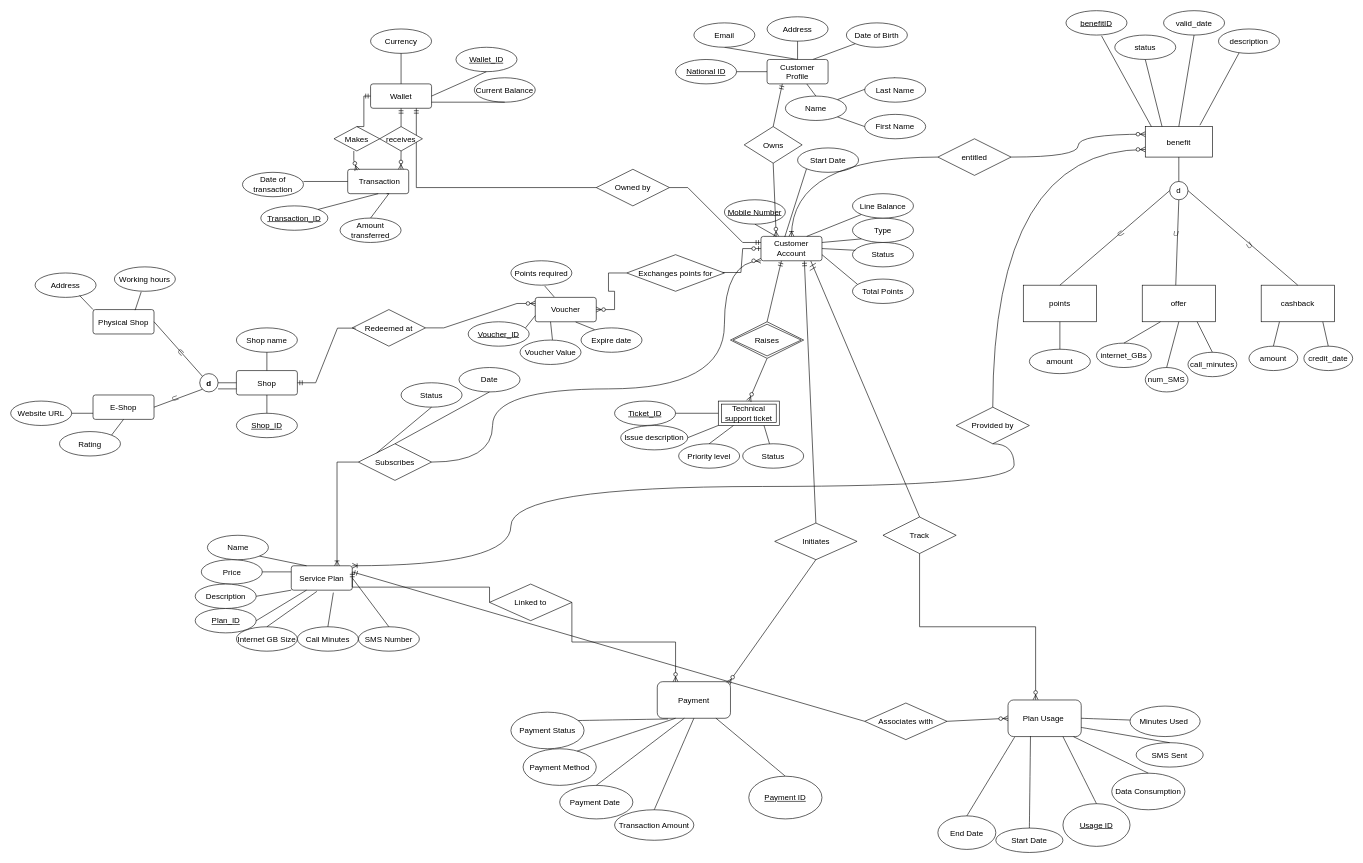
Above: mainERD.drawio in itsfadymate/Customer-Data-Management-System (draw.io), before the change. Source tidied: cells renumbered, new cells numbered last; positions are measured from the earlier drawing's top-left corner, leaving out a move shared by most shapes. Both pictures are drawn from the tidied source at 61%, with x=0, y=0 at pixel (10, 10).
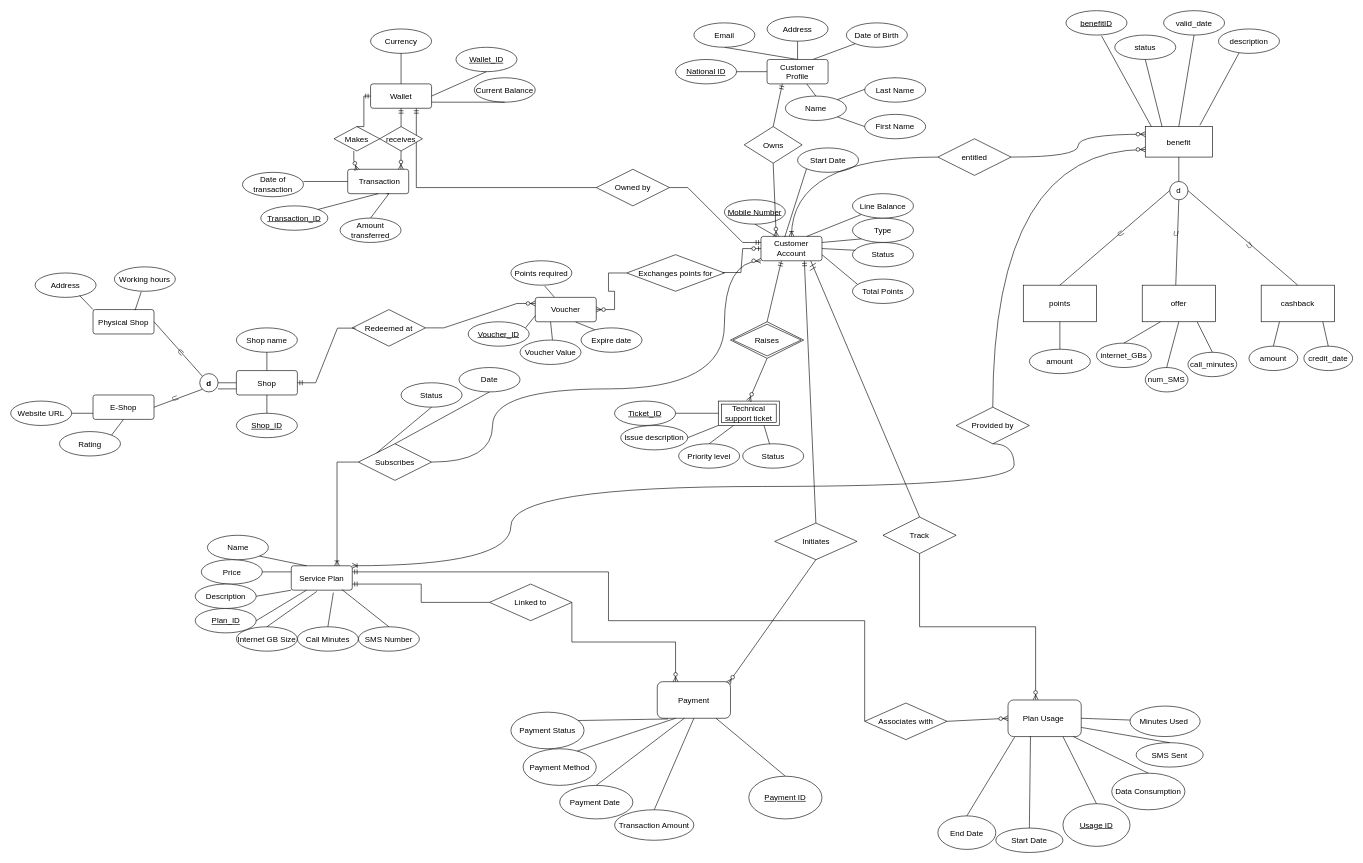
The same page after the edit.

Unchanged cells that the change refers to:
```xml
<mxCell id="58" value="Service Plan" style="rounded=1;arcSize=10;whiteSpace=wrap;html=1;align=center;fontSize=13;" parent="1" vertex="1">
  <mxGeometry x="460" y="910" width="100" height="40" as="geometry" />
</mxCell>
<mxCell id="59" value="SMS Number" style="ellipse;whiteSpace=wrap;html=1;align=center;fontSize=13;" parent="1" vertex="1">
  <mxGeometry x="570" y="1010" width="100" height="40" as="geometry" />
</mxCell>
<mxCell id="190" value="Associates with" style="shape=rhombus;perimeter=rhombusPerimeter;whiteSpace=wrap;html=1;align=center;rotation=0;direction=west;fontSize=13;" parent="1" vertex="1">
  <mxGeometry x="1400" y="1135" width="135" height="60" as="geometry" />
</mxCell>
<mxCell id="192" value="Linked to" style="shape=rhombus;perimeter=rhombusPerimeter;whiteSpace=wrap;html=1;align=center;rotation=0;direction=west;fontSize=13;" parent="1" vertex="1">
  <mxGeometry x="785" y="940" width="135" height="60" as="geometry" />
</mxCell>
```

The edit, as a diff of the source:
```diff
@@
-    <mxCell id="65" style="endArrow=none;html=1;rounded=0;fontFamily=Helvetica;fontSize=13;fontColor=default;fontStyle=4;entryX=0.5;entryY=0;entryDx=0;entryDy=0;exitX=1;exitY=0.5;exitDx=0;exitDy=0;" parent="1" edge="1" source="58" target="59">
+    <mxCell id="65" style="endArrow=none;html=1;rounded=0;fontFamily=Helvetica;fontSize=13;fontColor=default;fontStyle=4;entryX=0.5;entryY=0;entryDx=0;entryDy=0;exitX=0.83;exitY=0.975;exitDx=0;exitDy=0;exitPerimeter=0;" parent="1" edge="1" source="58" target="59">
       <mxGeometry relative="1" as="geometry" />
     </mxCell>
@@
-    <mxCell id="189" style="fontSize=13;html=1;endArrow=ERmandOne;rounded=0;entryX=1;entryY=0.25;entryDx=0;entryDy=0;exitX=1;exitY=0.5;exitDx=0;exitDy=0;" parent="1" edge="1" source="190" target="58">
-      <mxGeometry relative="1" as="geometry" />
+    <mxCell id="189" style="fontSize=13;html=1;endArrow=ERmandOne;rounded=0;entryX=1;entryY=0.25;entryDx=0;entryDy=0;exitX=1;exitY=0.5;exitDx=0;exitDy=0;edgeStyle=orthogonalEdgeStyle;" parent="1" edge="1" source="190" target="58">
+      <mxGeometry relative="1" as="geometry">
+        <Array as="points">
+          <mxPoint x="1400" y="1000" />
+          <mxPoint x="980" y="1000" />
+          <mxPoint x="980" y="920" />
+        </Array>
+      </mxGeometry>
     </mxCell>
@@
-    <mxCell id="194" style="fontSize=13;html=1;endArrow=ERmandOne;rounded=0;entryX=1;entryY=0.25;entryDx=0;entryDy=0;exitX=1;exitY=0.5;exitDx=0;exitDy=0;edgeStyle=elbowEdgeStyle;elbow=vertical;" parent="1" edge="1" source="192" target="58">
+    <mxCell id="194" style="fontSize=13;html=1;endArrow=ERmandOne;rounded=0;exitX=1;exitY=0.5;exitDx=0;exitDy=0;edgeStyle=elbowEdgeStyle;entryX=1;entryY=0.75;entryDx=0;entryDy=0;" parent="1" edge="1" source="192" target="58">
       <mxGeometry relative="1" as="geometry" />
     </mxCell>
```
